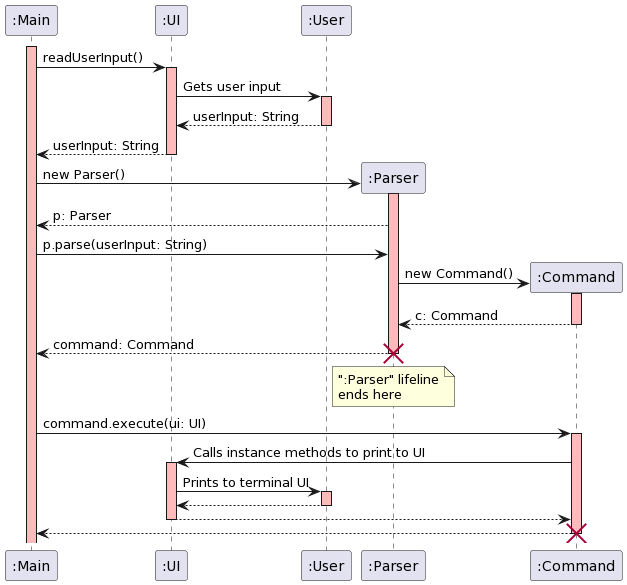
The PlantUML diagram docs/images/cs2113-ui-sequence-original.png in sRanay/tp, before a commit. Its diagram source:
```plantuml
@startuml
activate ":Main" #FFBBBB
":Main" -> ":UI": readUserInput()
activate ":UI" #FFBBBB


":UI" -> ":User": Gets user input
activate ":User" #FFBBBB
":User" --> ":UI": userInput: String
deactivate
":UI" --> ":Main": userInput: String
deactivate

create ":Parser"
":Main" -> ":Parser": new Parser()
activate ":Parser" #FFBBBB
":Parser" --> ":Main": p: Parser

":Main" -> ":Parser": p.parse(userInput: String)
create ":Command"
":Parser" -> ":Command": new Command()
activate ":Command" #FFBBBB
":Command" --> ":Parser": c: Command
deactivate
":Parser" --> ":Main": command: Command
destroy ":Parser"
note over ":Parser": ":Parser" lifeline\nends here

":Main" -> ":Command": command.execute(ui: UI)
activate ":Command" #FFBBBB
":Command" -> ":UI": Calls instance methods to print to UI
activate ":UI" #FFBBBB
":UI" -> ":User": Prints to terminal UI
activate ":User" #FFBBBB
":User" --> ":UI"
deactivate
":UI" --> ":Command"
deactivate
":Command" --> ":Main"
destroy ":Command"
@enduml
```
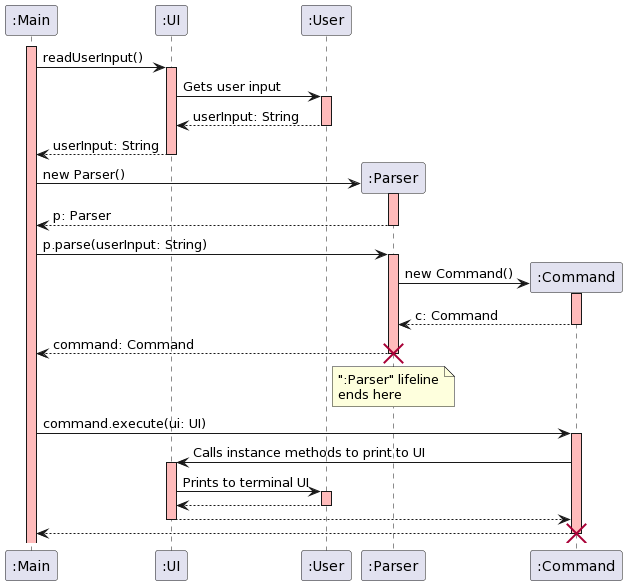
Later version of the same file.

Commit message:
Update diagrams and clarify parameter values for amount for in / out commands

What changed in the source:
```diff
@@ -15,8 +15,10 @@
 ":Main" -> ":Parser": new Parser()
 activate ":Parser" #FFBBBB
 ":Parser" --> ":Main": p: Parser
+deactivate ":Parser"
 
 ":Main" -> ":Parser": p.parse(userInput: String)
+activate ":Parser" #FFBBBB
 create ":Command"
 ":Parser" -> ":Command": new Command()
 activate ":Command" #FFBBBB
```
